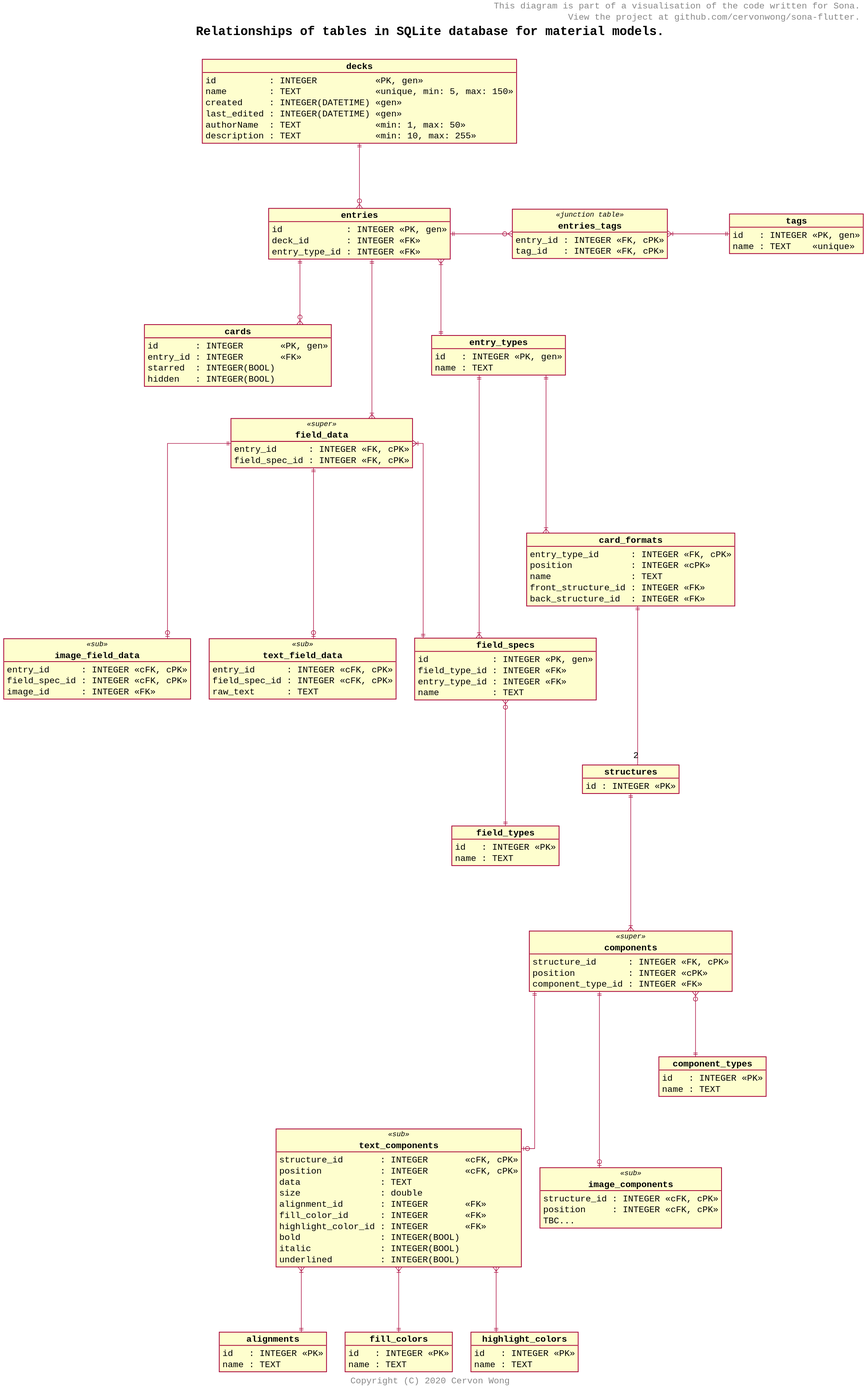
cervonwong/sona-flutter keeps this PlantUML diagram as puml/material_database.svg. Above is the earlier version.
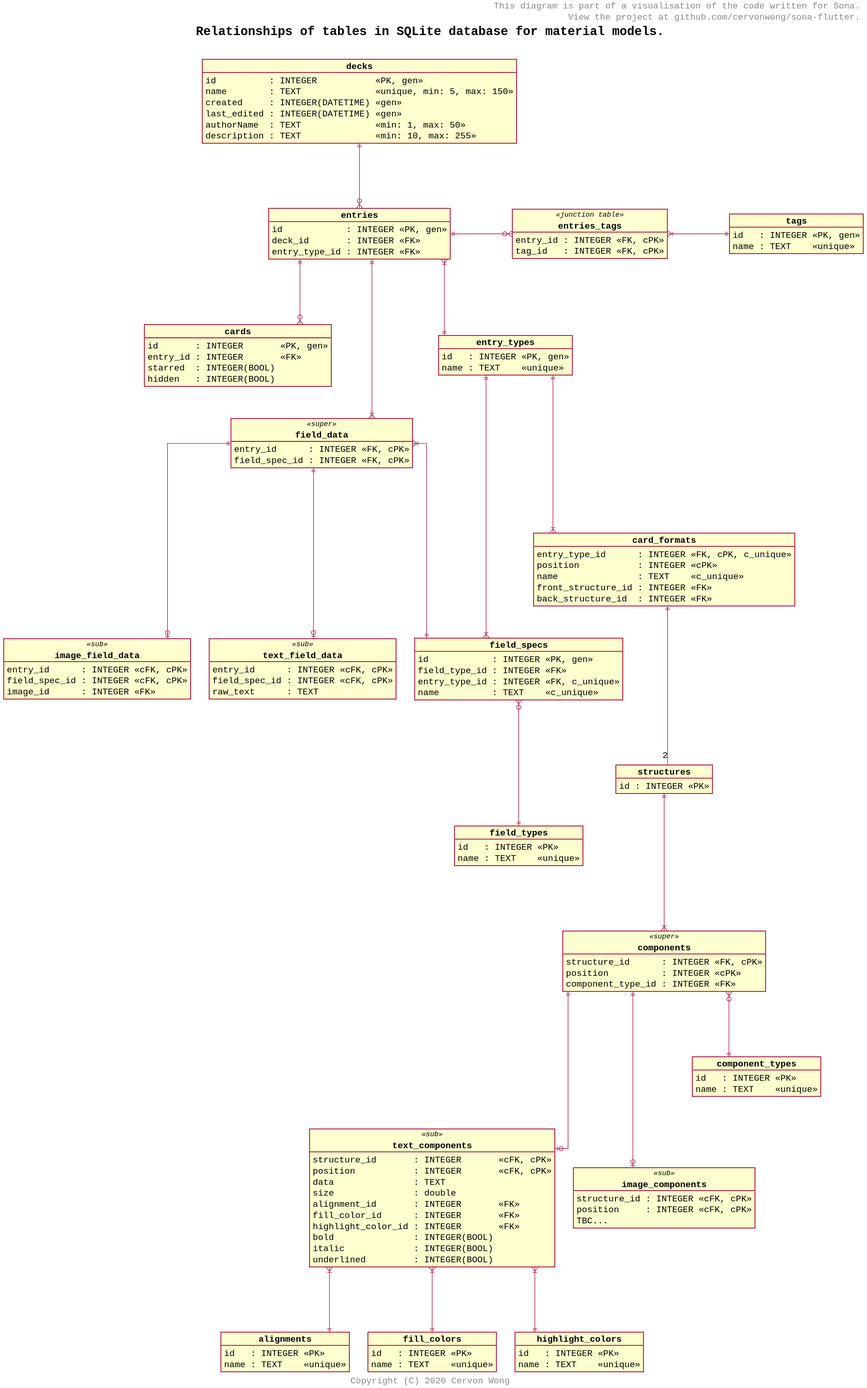
The same file after the commit.

Diff of the diagram source:
```diff
@@ -54,13 +54,13 @@
 object field_specs {
 	id            : INTEGER <<PK, gen>>
 	field_type_id : INTEGER <<FK>>
-	entry_type_id : INTEGER <<FK>>
-	name          : TEXT
+	entry_type_id : INTEGER <<FK, c_unique>>
+	name          : TEXT    <<c_unique>>
 }
 
 object field_types {
 	id   : INTEGER <<PK>>
-	name : TEXT
+	name : TEXT    <<unique>>
 }
 
 object field_data <<super>> {
@@ -82,13 +82,13 @@
 
 object entry_types {
 	id   : INTEGER <<PK, gen>>
-	name : TEXT
+	name : TEXT    <<unique>>
 }
 
 object card_formats {
-	entry_type_id      : INTEGER <<FK, cPK>>
+	entry_type_id      : INTEGER <<FK, cPK, c_unique>>
 	position           : INTEGER <<cPK>>
-	name               : TEXT
+	name               : TEXT    <<c_unique>>
 	front_structure_id : INTEGER <<FK>>
 	back_structure_id  : INTEGER <<FK>>
 }
@@ -118,17 +118,17 @@
 
 object alignments {
 	id   : INTEGER <<PK>>
-	name : TEXT
+	name : TEXT    <<unique>>
 }
 
 object fill_colors {
 	id   : INTEGER <<PK>>
-	name : TEXT
+	name : TEXT    <<unique>>
 }
 
 object highlight_colors {
 	id   : INTEGER <<PK>>
-	name : TEXT
+	name : TEXT    <<unique>>
 }
 
 object image_components <<sub>> {
@@ -139,7 +139,7 @@
 
 object component_types {
 	id   : INTEGER <<PK>>
-	name : TEXT
+	name : TEXT    <<unique>>
 }
 
 decks           ||---o{    entries
```
